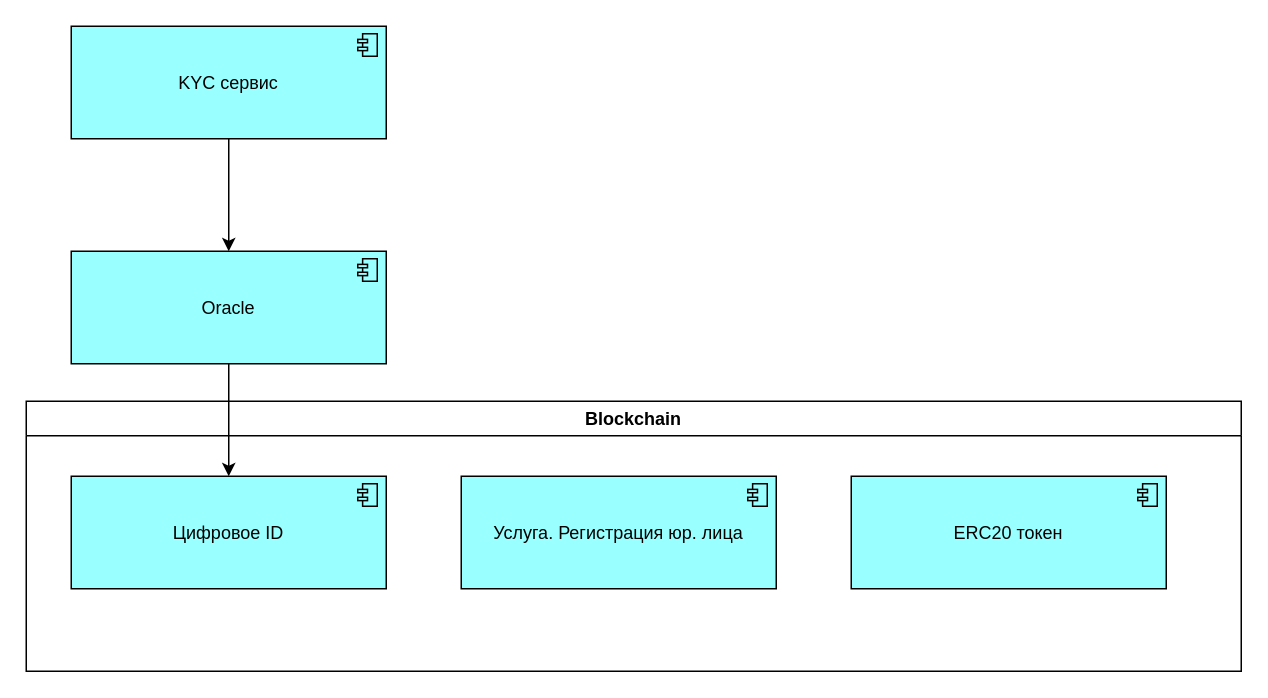
Before: iNomad.drawio in careock/diagrams, a draw.io diagram. Source tidied: cells renumbered, new cells numbered last; positions are measured from the earlier drawing's top-left corner, leaving out a move shared by most shapes. Both pictures are drawn from the tidied source at 150%, with x=0, y=0 at pixel (26, 26).
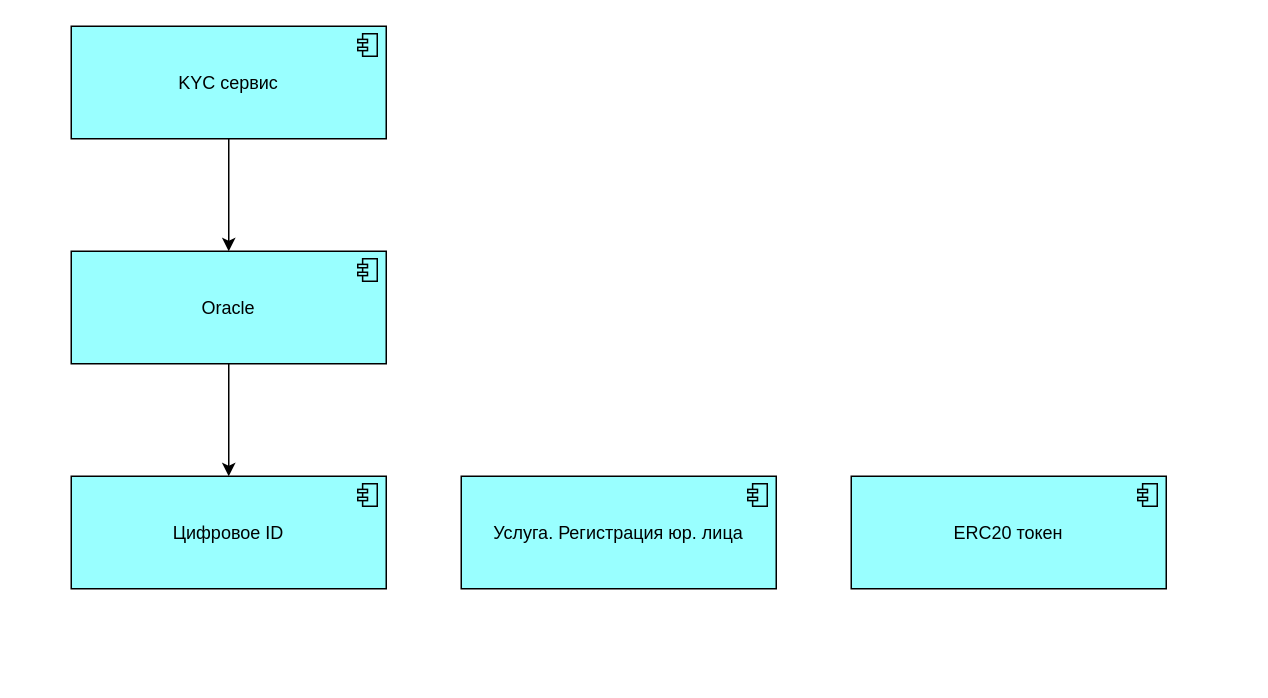
After the change.

Change to the diagram source:
```diff
@@
 <mxGraphModel>
   <root>
     <mxCell id="0" />
     <mxCell id="1" parent="0" />
-    <mxCell id="2" value="Blockchain" style="swimlane;html=1;whiteSpace=wrap;" parent="1" vertex="1">
-      <mxGeometry y="250" width="810" height="180" as="geometry" />
-    </mxCell>
     <mxCell id="3" value="Цифровое ID" style="html=1;outlineConnect=0;whiteSpace=wrap;fillColor=#99ffff;shape=mxgraph.archimate3.application;appType=comp;archiType=square;" parent="1" vertex="1">
       <mxGeometry x="30" y="300" width="210" height="75" as="geometry" />
     </mxCell>
     <mxCell id="4" value="Услуга. Регистрация юр. лица" style="html=1;whiteSpace=wrap;fillColor=#99ffff;shape=mxgraph.archimate3.application;appType=comp;archiType=square;" parent="1" vertex="1">
       <mxGeometry x="290" y="300" width="210" height="75" as="geometry" />
     </mxCell>
     <mxCell id="5" value="ERC20 токен" style="html=1;whiteSpace=wrap;fillColor=#99ffff;shape=mxgraph.archimate3.application;appType=comp;archiType=square;" parent="1" vertex="1">
       <mxGeometry x="550" y="300" width="210" height="75" as="geometry" />
     </mxCell>
     <mxCell id="6" style="edgeStyle=orthogonalEdgeStyle;rounded=0;jettySize=auto;html=1;" parent="1" edge="1" source="7" target="3">
       <mxGeometry relative="1" as="geometry" />
     </mxCell>
     <mxCell id="7" value="Oracle" style="html=1;outlineConnect=0;whiteSpace=wrap;fillColor=#99ffff;shape=mxgraph.archimate3.application;appType=comp;archiType=square;" parent="1" vertex="1">
       <mxGeometry x="30" y="150" width="210" height="75" as="geometry" />
     </mxCell>
     <mxCell id="8" style="edgeStyle=orthogonalEdgeStyle;rounded=0;jettySize=auto;html=1;" parent="1" edge="1" source="9" target="7">
       <mxGeometry relative="1" as="geometry" />
     </mxCell>
     <mxCell id="9" value="KYC сервис" style="html=1;outlineConnect=0;whiteSpace=wrap;fillColor=#99ffff;shape=mxgraph.archimate3.application;appType=comp;archiType=square;" parent="1" vertex="1">
       <mxGeometry x="30" width="210" height="75" as="geometry" />
     </mxCell>
   </root>
 </mxGraphModel>
```
